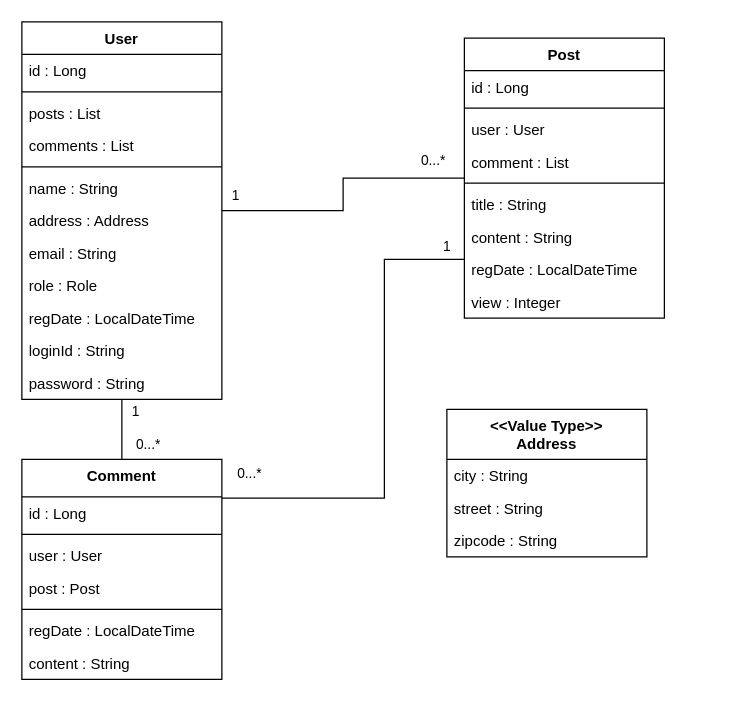
This is ERD/ERD_JpaEntity.drawio from gyuray-dev/spring_forum, a draw.io file, before an edit. Source tidied: cells renumbered, new cells numbered last; positions are measured from the earlier drawing's top-left corner, leaving out a move shared by most shapes. Both pictures are drawn from the tidied source at 125%, with x=0, y=0 at pixel (21, 21).
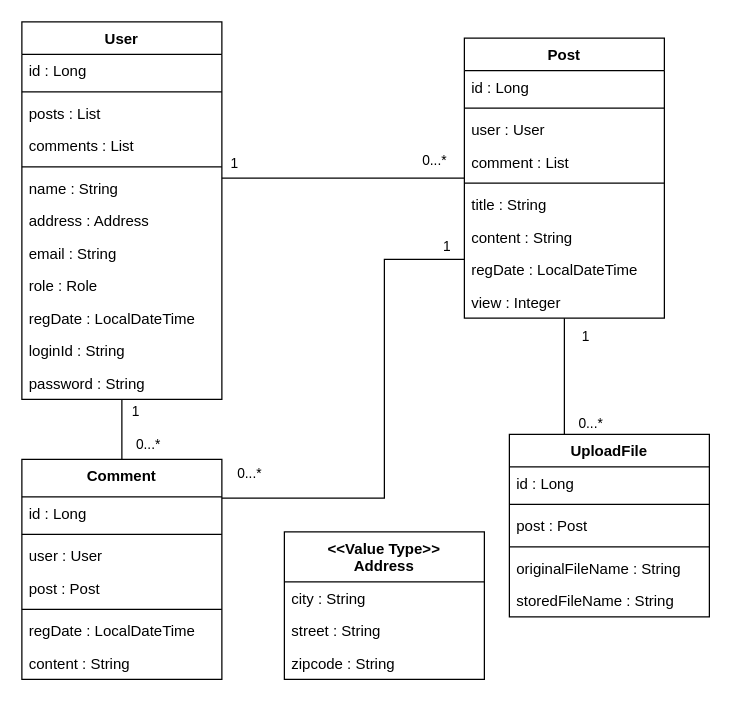
The same page after the edit.

The change refers to these unchanged cells:
```xml
<mxCell id="19" value="User" style="swimlane;fontStyle=1;align=center;verticalAlign=top;horizontal=1;startSize=26;rounded=0;shadow=0;strokeWidth=1;" parent="1" vertex="1">
  <mxGeometry width="160" height="302" as="geometry" />
</mxCell>
<mxCell id="36" value="Post" style="swimlane;fontStyle=1;horizontal=1;startSize=26;points=[[0,0,0,0,0],[0,0.25,0,0,0],[0,0.5,0,0,0],[0,0.75,0,0,0],[0,1,0,0,0],[0.25,0,0,0,0],[0.25,1,0,0,0],[0.5,0,0,0,0],[0.5,1,0,0,0],[0.75,0,0,0,0],[0.75,1,0,0,0],[1,0,0,0,0],[1,0.25,0,0,0],[1,0.5,0,0,0],[1,0.75,0,0,0],[1,1,0,0,0]];" parent="1" vertex="1">
  <mxGeometry x="354" y="13" width="160" height="224" as="geometry" />
</mxCell>
```

Change to the diagram source:
```diff
@@
     <mxCell id="16" style="edgeStyle=orthogonalEdgeStyle;rounded=0;jettySize=auto;html=1;endArrow=none;endFill=0;" parent="1" edge="1" source="19" target="36">
-      <mxGeometry relative="1" as="geometry" />
+      <mxGeometry relative="1" as="geometry">
+        <Array as="points">
+          <mxPoint x="210" y="125" />
+          <mxPoint x="210" y="125" />
+        </Array>
+      </mxGeometry>
     </mxCell>
@@
     <mxCell id="32" value="&lt;&lt;Value Type&gt;&gt;&#10;Address" style="swimlane;fontStyle=1;horizontal=1;startSize=40;" parent="1" vertex="1">
-      <mxGeometry x="340" y="310" width="160" height="118" as="geometry" />
+      <mxGeometry x="210" y="408" width="160" height="118" as="geometry" />
     </mxCell>
@@
+    <mxCell id="46" style="edgeStyle=orthogonalEdgeStyle;rounded=0;jettySize=auto;html=1;endArrow=none;endFill=0;" parent="1" edge="1" source="49" target="36">
+      <mxGeometry relative="1" as="geometry">
+        <Array as="points">
+          <mxPoint x="434" y="310" />
+          <mxPoint x="434" y="310" />
+        </Array>
+      </mxGeometry>
+    </mxCell>
+    <mxCell id="47" value="0...*" style="edgeLabel;html=1;align=center;verticalAlign=middle;" parent="46" vertex="1">
+      <mxGeometry x="-0.78" y="-1" relative="1" as="geometry">
+        <mxPoint x="19" as="offset" />
+      </mxGeometry>
+    </mxCell>
+    <mxCell id="48" value="1" style="edgeLabel;html=1;align=center;verticalAlign=middle;" parent="46" vertex="1">
+      <mxGeometry x="0.86" relative="1" as="geometry">
+        <mxPoint x="16" y="7" as="offset" />
+      </mxGeometry>
+    </mxCell>
+    <mxCell id="49" value="UploadFile" style="swimlane;fontStyle=1;horizontal=1;startSize=26;points=[[0,0,0,0,0],[0,0.25,0,0,0],[0,0.5,0,0,0],[0,0.75,0,0,0],[0,1,0,0,0],[0.25,0,0,0,0],[0.25,1,0,0,0],[0.5,0,0,0,0],[0.5,1,0,0,0],[0.75,0,0,0,0],[0.75,1,0,0,0],[1,0,0,0,0],[1,0.25,0,0,0],[1,0.5,0,0,0],[1,0.75,0,0,0],[1,1,0,0,0]];" parent="1" vertex="1">
+      <mxGeometry x="390" y="330" width="160" height="146" as="geometry" />
+    </mxCell>
+    <mxCell id="50" value="id : Long " style="text;strokeColor=none;fillColor=none;align=left;verticalAlign=top;spacingLeft=4;spacingRight=4;overflow=hidden;" parent="49" vertex="1">
+      <mxGeometry y="26" width="160" height="26" as="geometry" />
+    </mxCell>
+    <mxCell id="51" style="line;strokeWidth=1;fillColor=none;align=left;verticalAlign=middle;spacingTop=-1;spacingLeft=3;spacingRight=3;labelPosition=right;" parent="49" vertex="1">
+      <mxGeometry y="52" width="160" height="8" as="geometry" />
+    </mxCell>
+    <mxCell id="52" value="post : Post" style="text;strokeColor=none;fillColor=none;align=left;verticalAlign=top;spacingLeft=4;spacingRight=4;overflow=hidden;" parent="49" vertex="1">
+      <mxGeometry y="60" width="160" height="26" as="geometry" />
+    </mxCell>
+    <mxCell id="53" style="line;strokeWidth=1;fillColor=none;align=left;verticalAlign=middle;spacingTop=-1;spacingLeft=3;spacingRight=3;labelPosition=right;" parent="49" vertex="1">
+      <mxGeometry y="86" width="160" height="8" as="geometry" />
+    </mxCell>
+    <mxCell id="54" value="originalFileName : String" style="text;strokeColor=none;fillColor=none;align=left;verticalAlign=top;spacingLeft=4;spacingRight=4;overflow=hidden;" parent="49" vertex="1">
+      <mxGeometry y="94" width="160" height="26" as="geometry" />
+    </mxCell>
+    <mxCell id="55" value="storedFileName : String" style="text;strokeColor=none;fillColor=none;align=left;verticalAlign=top;spacingLeft=4;spacingRight=4;overflow=hidden;" parent="49" vertex="1">
+      <mxGeometry y="120" width="160" height="26" as="geometry" />
+    </mxCell>
```
